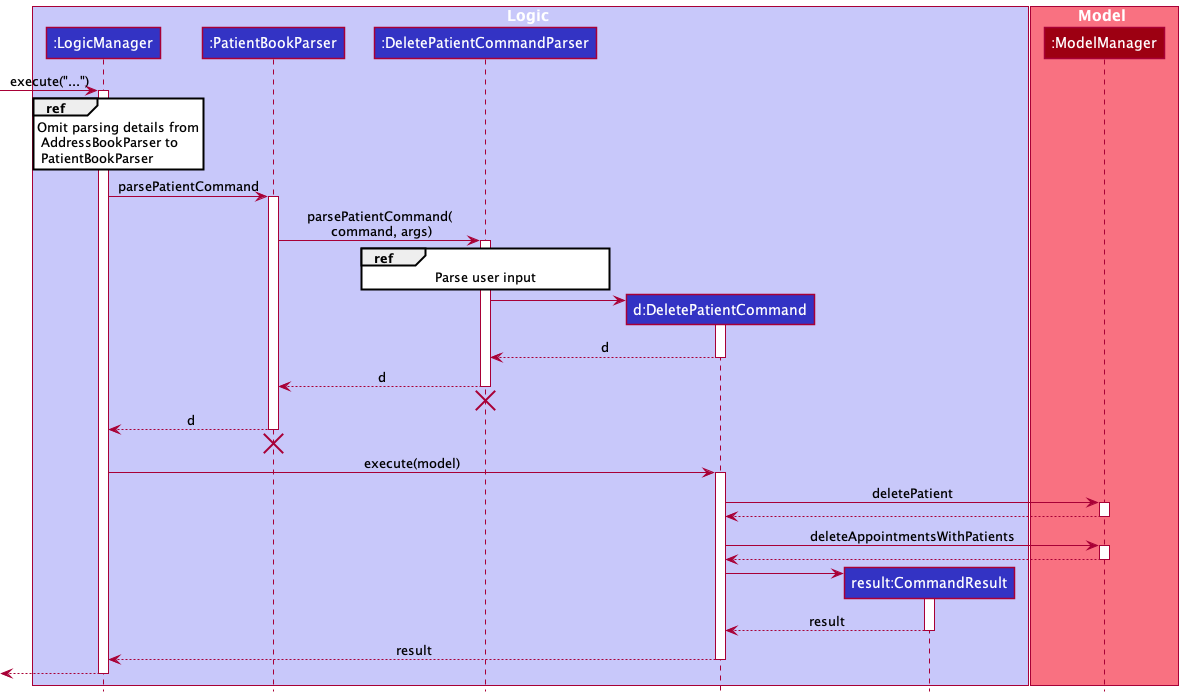
Earlier version of the PlantUML export docs/diagrams/DeletePatientFeatureSequenceDiagram.png (AY2122S1-CS2103-W14-1/tp).
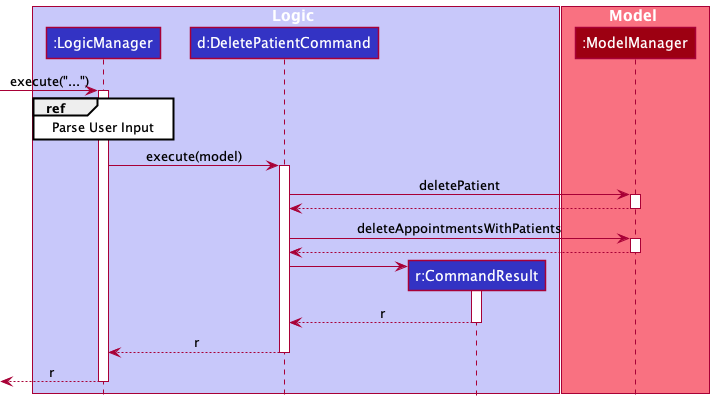
After the change.

What changed in the source:
```diff
@@ -3,10 +3,8 @@
 
 box Logic LOGIC_COLOR_T1
 participant ":LogicManager" as LogicManager LOGIC_COLOR
-participant ":PatientBookParser" as PatientBookParser LOGIC_COLOR
-participant ":DeletePatientCommandParser" as DeletePatientCommandParser LOGIC_COLOR
 participant "d:DeletePatientCommand" as DeletePatientCommand LOGIC_COLOR
-participant "result:CommandResult" as CommandResult LOGIC_COLOR
+participant "r:CommandResult" as CommandResult LOGIC_COLOR
 
 end box
 
@@ -16,33 +14,7 @@
 
 [-> LogicManager : execute("...")
 activate LogicManager
-ref over LogicManager: Omit parsing details from\n AddressBookParser to\n PatientBookParser
-LogicManager -> PatientBookParser : parsePatientCommand
-activate PatientBookParser
-
-
-PatientBookParser -> DeletePatientCommandParser : parsePatientCommand(\n command, args)
-activate DeletePatientCommandParser
-ref over DeletePatientCommandParser: Parse user input
-
-
-create DeletePatientCommand
-DeletePatientCommandParser -> DeletePatientCommand
-activate DeletePatientCommand
-
-DeletePatientCommand --> DeletePatientCommandParser : d
-deactivate DeletePatientCommand
-
-DeletePatientCommandParser --> PatientBookParser : d
-deactivate DeletePatientCommandParser
-DeletePatientCommandParser -[hidden]-> LogicManager
-destroy DeletePatientCommandParser
-
-PatientBookParser --> LogicManager : d
-deactivate PatientBookParser
-PatientBookParser -[hidden]-> LogicManager
-destroy PatientBookParser
-
+ref over LogicManager: Parse User Input
 
 LogicManager -> DeletePatientCommand : execute(model)
 activate DeletePatientCommand
@@ -60,12 +32,12 @@
 DeletePatientCommand -> CommandResult
 activate CommandResult
 
-CommandResult --> DeletePatientCommand : result
+CommandResult --> DeletePatientCommand : r
 deactivate CommandResult
 
-DeletePatientCommand --> LogicManager : result
+DeletePatientCommand --> LogicManager : r
 deactivate DeletePatientCommand
 
-[<--LogicManager
+[<--LogicManager : r
 deactivate LogicManager
 @enduml
```
